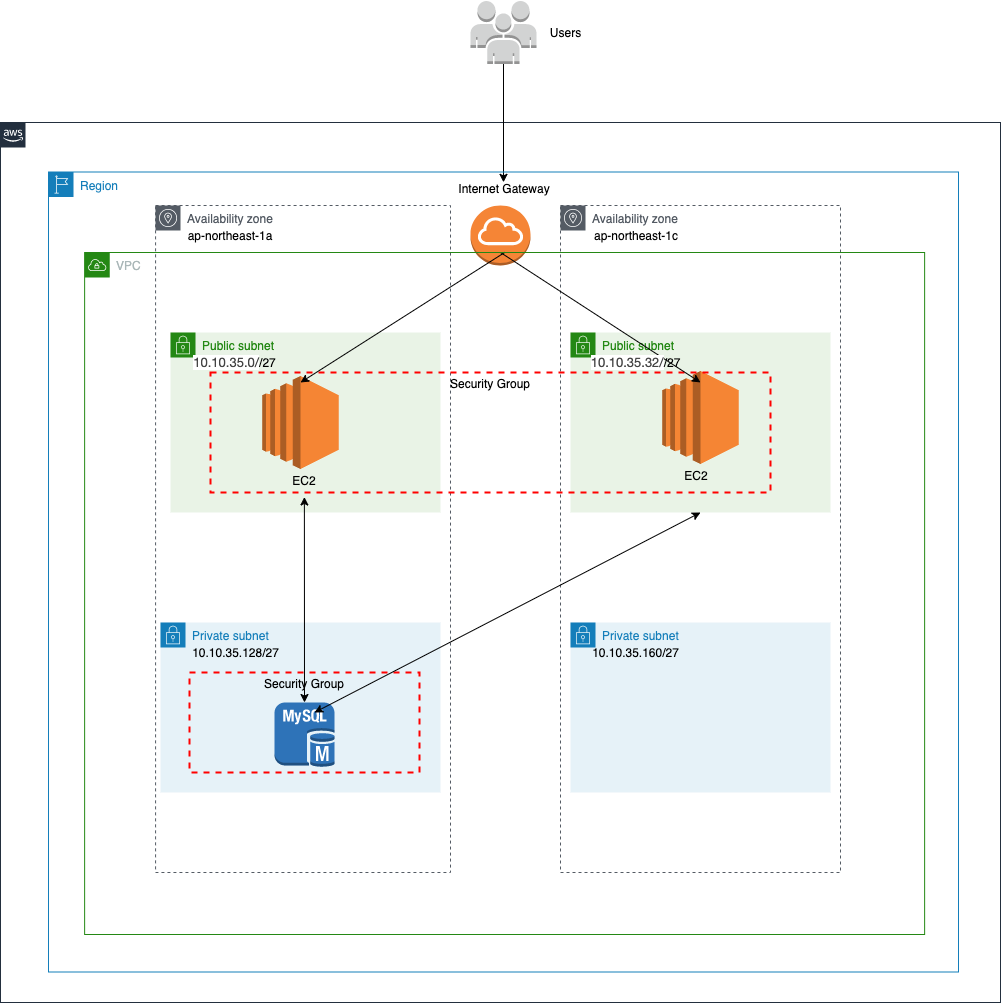
This is docs/image/インフラ構成図.png from hyuma0309/java-api, a draw.io export, as it was before one commit. Source tidied: cells renumbered, new cells last; positions are measured from the earlier drawing's top-left corner, leaving out a move shared by most shapes.
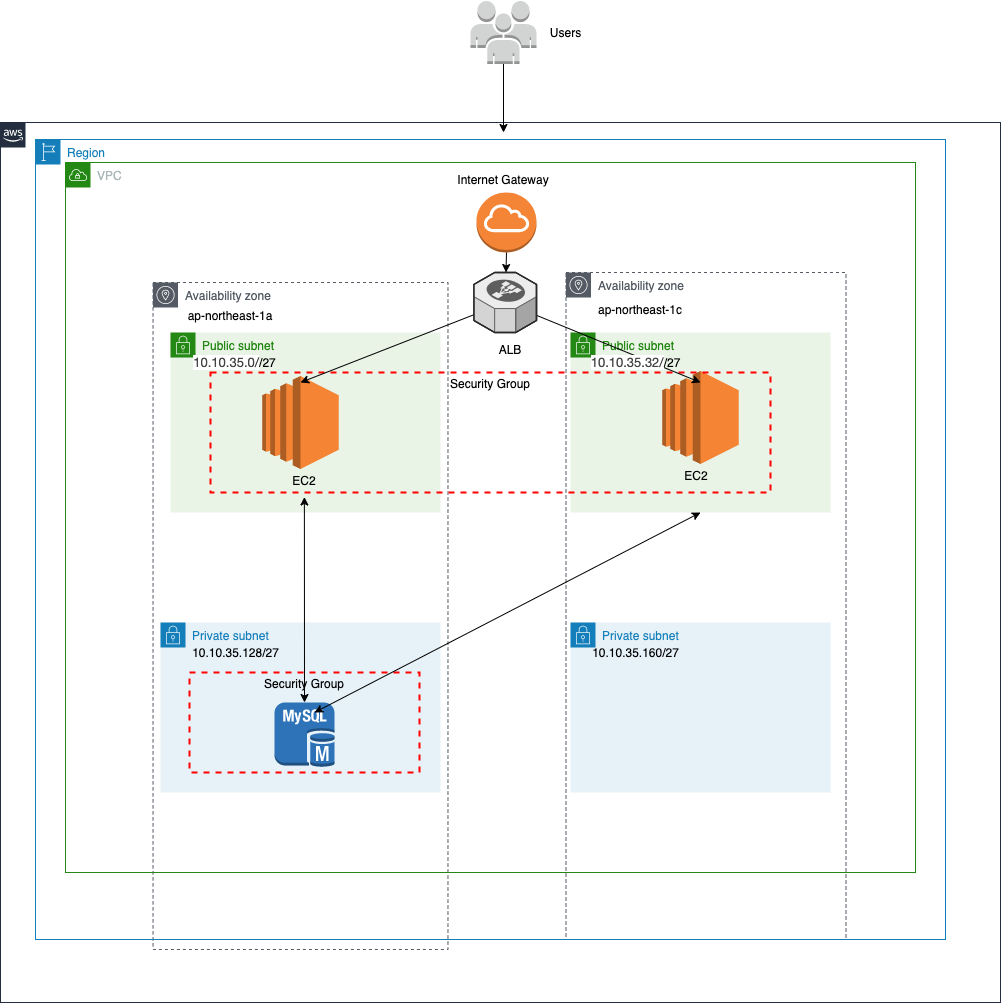
After the commit.

Commit message:
インフラ構成図の修正

What changed in the source:
```diff
@@ -8,20 +8,22 @@
     <mxCell id="3" value="Users" style="text;html=1;align=center;verticalAlign=middle;" parent="1" vertex="1">
       <mxGeometry x="540" y="22" width="50" height="20" as="geometry" />
     </mxCell>
-    <mxCell id="4" style="edgeStyle=orthogonalEdgeStyle;rounded=0;jettySize=auto;html=1;entryX=0.503;entryY=0.068;entryDx=0;entryDy=0;entryPerimeter=0;" parent="1" edge="1" source="5" target="2">
-      <mxGeometry relative="1" as="geometry" />
+    <mxCell id="4" style="edgeStyle=orthogonalEdgeStyle;rounded=0;jettySize=auto;html=1;" parent="1" edge="1" source="5">
+      <mxGeometry relative="1" as="geometry">
+        <mxPoint x="503" y="132" as="targetPoint" />
+      </mxGeometry>
     </mxCell>
     <mxCell id="5" style="outlineConnect=0;dashed=0;verticalLabelPosition=bottom;verticalAlign=top;align=center;html=1;shape=mxgraph.aws3.users;fillColor=#D2D3D3;gradientColor=none;" parent="1" vertex="1">
       <mxGeometry x="470" y="0.5" width="66" height="63" as="geometry" />
     </mxCell>
     <mxCell id="6" value="Availability zone" style="gradientColor=none;html=1;whiteSpace=wrap;fontSize=12;fontStyle=0;shape=mxgraph.aws4.group;grIcon=mxgraph.aws4.group_availability_zone;strokeColor=#545B64;fillColor=none;verticalAlign=top;align=left;spacingLeft=30;fontColor=#545B64;dashed=1;" parent="1" vertex="1">
-      <mxGeometry x="155.1" y="205" width="294.9" height="667" as="geometry" />
+      <mxGeometry x="152.5" y="282" width="294.9" height="667" as="geometry" />
     </mxCell>
     <mxCell id="7" value="Availability zone" style="gradientColor=none;html=1;whiteSpace=wrap;fontSize=12;fontStyle=0;shape=mxgraph.aws4.group;grIcon=mxgraph.aws4.group_availability_zone;strokeColor=#545B64;fillColor=none;verticalAlign=top;align=left;spacingLeft=30;fontColor=#545B64;dashed=1;" parent="1" vertex="1">
-      <mxGeometry x="560" y="205" width="280" height="667" as="geometry" />
+      <mxGeometry x="565.5" y="272" width="280" height="667" as="geometry" />
     </mxCell>
     <mxCell id="8" style="dashed=0;verticalLabelPosition=bottom;verticalAlign=top;align=center;html=1;shape=mxgraph.aws3.internet_gateway;fillColor=#F58536;gradientColor=none;" parent="1" vertex="1">
-      <mxGeometry x="470" y="205" width="60" height="60" as="geometry" />
+      <mxGeometry x="476" y="192" width="60" height="60" as="geometry" />
     </mxCell>
     <mxCell id="9" value="Private subnet" style="gradientColor=none;html=1;whiteSpace=wrap;fontSize=12;fontStyle=0;shape=mxgraph.aws4.group;grIcon=mxgraph.aws4.group_security_group;grStroke=0;strokeColor=#147EBA;fillColor=#E6F2F8;verticalAlign=top;align=left;spacingLeft=30;fontColor=#147EBA;dashed=0;" parent="1" vertex="1">
       <mxGeometry x="160" y="622" width="280" height="170" as="geometry" />
@@ -66,10 +68,10 @@
       <mxGeometry x="190" y="642" width="91" height="20" as="geometry" />
     </mxCell>
     <mxCell id="23" value="ap-northeast-1a" style="text;html=1;strokeColor=none;fillColor=none;align=center;verticalAlign=middle;whiteSpace=wrap;rounded=0;" parent="1" vertex="1">
-      <mxGeometry x="160" y="218.5" width="140" height="33.5" as="geometry" />
+      <mxGeometry x="160" y="298.5" width="140" height="33.5" as="geometry" />
     </mxCell>
     <mxCell id="24" value="ap-northeast-1c" style="text;html=1;strokeColor=none;fillColor=none;align=center;verticalAlign=middle;whiteSpace=wrap;rounded=0;" parent="1" vertex="1">
-      <mxGeometry x="565.5" y="218.5" width="140" height="33.5" as="geometry" />
+      <mxGeometry x="570" y="292" width="140" height="33.5" as="geometry" />
     </mxCell>
     <mxCell id="25" style="endArrow=classic;startArrow=classic;html=1;entryX=0.5;entryY=1;entryDx=0;entryDy=0;exitX=0.5;exitY=0;exitDx=0;exitDy=0;exitPerimeter=0;" parent="1" edge="1" source="19" target="16">
       <mxGeometry relative="1" as="geometry" />
@@ -79,27 +81,36 @@
         <mxPoint x="314" y="712" as="sourcePoint" />
       </mxGeometry>
     </mxCell>
-    <mxCell id="27" style="endArrow=classic;html=1;exitX=0.5;exitY=0;exitDx=0;exitDy=0;" parent="1" edge="1" source="31">
+    <mxCell id="27" style="endArrow=classic;html=1;" parent="1" edge="1" source="33">
       <mxGeometry relative="1" as="geometry">
         <mxPoint x="300" y="382" as="targetPoint" />
       </mxGeometry>
     </mxCell>
-    <mxCell id="28" style="endArrow=classic;html=1;entryX=0.875;entryY=0.083;entryDx=0;entryDy=0;entryPerimeter=0;" parent="1" edge="1" target="15">
-      <mxGeometry relative="1" as="geometry">
-        <mxPoint x="500" y="252" as="sourcePoint" />
-      </mxGeometry>
+    <mxCell id="28" style="endArrow=classic;html=1;entryX=0.875;entryY=0.083;entryDx=0;entryDy=0;entryPerimeter=0;" parent="1" edge="1" source="33" target="15">
+      <mxGeometry relative="1" as="geometry" />
     </mxCell>
     <mxCell id="29" value="Internet Gateway" style="text;html=1;strokeColor=none;fillColor=none;align=center;verticalAlign=middle;whiteSpace=wrap;rounded=0;" parent="1" vertex="1">
-      <mxGeometry x="448.2" y="171.5" width="111.8" height="33.5" as="geometry" />
+      <mxGeometry x="447.1" y="162" width="111.8" height="33.5" as="geometry" />
     </mxCell>
     <mxCell id="30" value="&lt;span style=&quot;color: rgb(68 , 68 , 68) ; font-family: &amp;#34;helvetica neue&amp;#34; , &amp;#34;roboto&amp;#34; , &amp;#34;arial&amp;#34; , sans-serif ; font-size: 13px ; background-color: rgb(255 , 255 , 255)&quot;&gt;10.10.35.32/&lt;/span&gt;/27" style="text;html=1;strokeColor=none;fillColor=none;align=center;verticalAlign=middle;whiteSpace=wrap;rounded=0;" parent="1" vertex="1">
       <mxGeometry x="590" y="352" width="91" height="20" as="geometry" />
     </mxCell>
+    <mxCell id="32" value="Region" style="gradientColor=none;html=1;whiteSpace=wrap;fontSize=12;fontStyle=0;shape=mxgraph.aws4.group;grIcon=mxgraph.aws4.group_region;strokeColor=#147EBA;fillColor=none;verticalAlign=top;align=left;spacingLeft=30;fontColor=#147EBA;dashed=0;" parent="1" vertex="1">
+      <mxGeometry x="35" y="139" width="910" height="800" as="geometry" />
+    </mxCell>
+    <mxCell id="33" style="verticalLabelPosition=bottom;html=1;verticalAlign=top;strokeWidth=1;align=center;outlineConnect=0;dashed=0;outlineConnect=0;shape=mxgraph.aws3d.elasticLoadBalancing;fillColor=#ECECEC;strokeColor=#5E5E5E;" parent="1" vertex="1">
+      <mxGeometry x="473.4" y="272" width="62.6" height="60" as="geometry" />
+    </mxCell>
     <mxCell id="31" value="VPC" style="points=[[0,0],[0.25,0],[0.5,0],[0.75,0],[1,0],[1,0.25],[1,0.5],[1,0.75],[1,1],[0.75,1],[0.5,1],[0.25,1],[0,1],[0,0.75],[0,0.5],[0,0.25]];outlineConnect=0;gradientColor=none;html=1;whiteSpace=wrap;fontSize=12;fontStyle=0;shape=mxgraph.aws4.group;grIcon=mxgraph.aws4.group_vpc;strokeColor=#248814;fillColor=none;verticalAlign=top;align=left;spacingLeft=30;fontColor=#AAB7B8;dashed=0;" parent="1" vertex="1">
-      <mxGeometry x="84.1" y="252" width="840" height="682" as="geometry" />
+      <mxGeometry x="65" y="162" width="850" height="710" as="geometry" />
     </mxCell>
-    <mxCell id="32" value="Region" style="gradientColor=none;html=1;whiteSpace=wrap;fontSize=12;fontStyle=0;shape=mxgraph.aws4.group;grIcon=mxgraph.aws4.group_region;strokeColor=#147EBA;fillColor=none;verticalAlign=top;align=left;spacingLeft=30;fontColor=#147EBA;dashed=0;" parent="1" vertex="1">
-      <mxGeometry x="48" y="171.5" width="910" height="800" as="geometry" />
-    </mxCell>
+    <mxCell id="34" style="endArrow=classic;html=1;" parent="1" edge="1" target="33">
+      <mxGeometry relative="1" as="geometry">
+        <mxPoint x="506" y="252" as="sourcePoint" />
+      </mxGeometry>
+    </mxCell>
+    <mxCell id="35" value="ALB" style="text;html=1;strokeColor=none;fillColor=none;align=center;verticalAlign=middle;whiteSpace=wrap;rounded=0;" parent="1" vertex="1">
+      <mxGeometry x="440" y="332" width="140" height="33.5" as="geometry" />
+    </mxCell>
   </root>
 </mxGraphModel>
```
